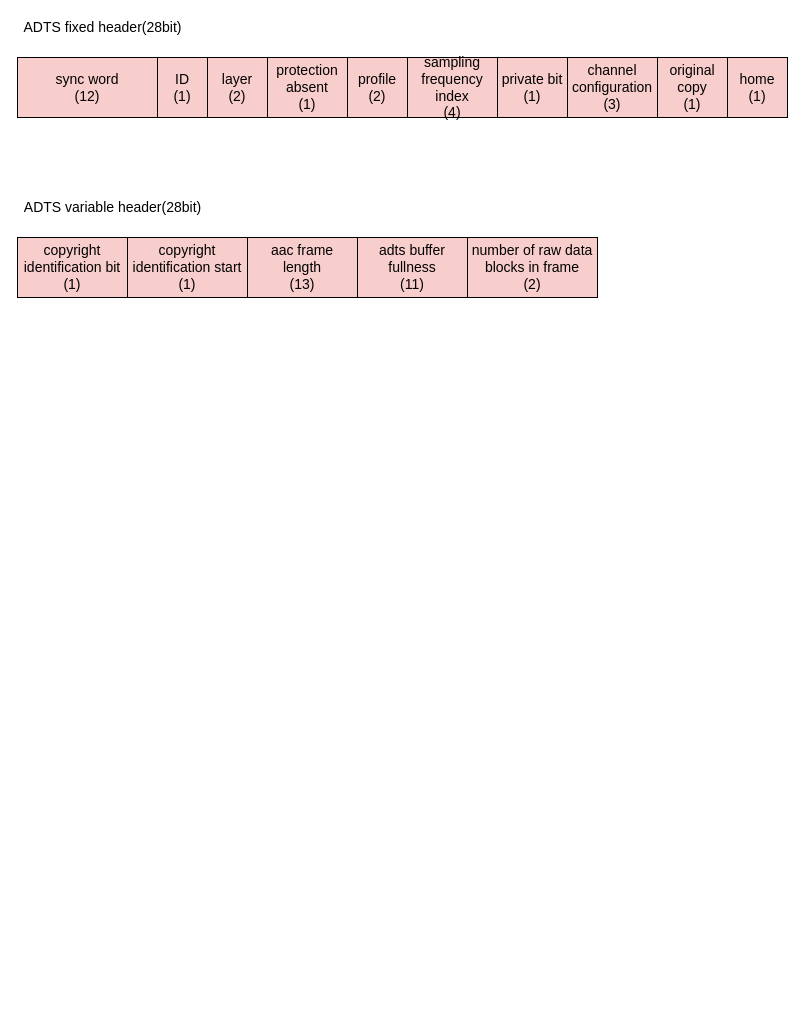
This is drawSomething_2.drawio from Ritchie-Lin/items, a draw.io file, before an edit. Source tidied: cells renumbered, new cells numbered last; positions are measured from the earlier drawing's top-left corner, leaving out a move shared by most shapes. Both pictures are drawn from the tidied source at 100%, with x=0, y=0 at pixel (17, 17).
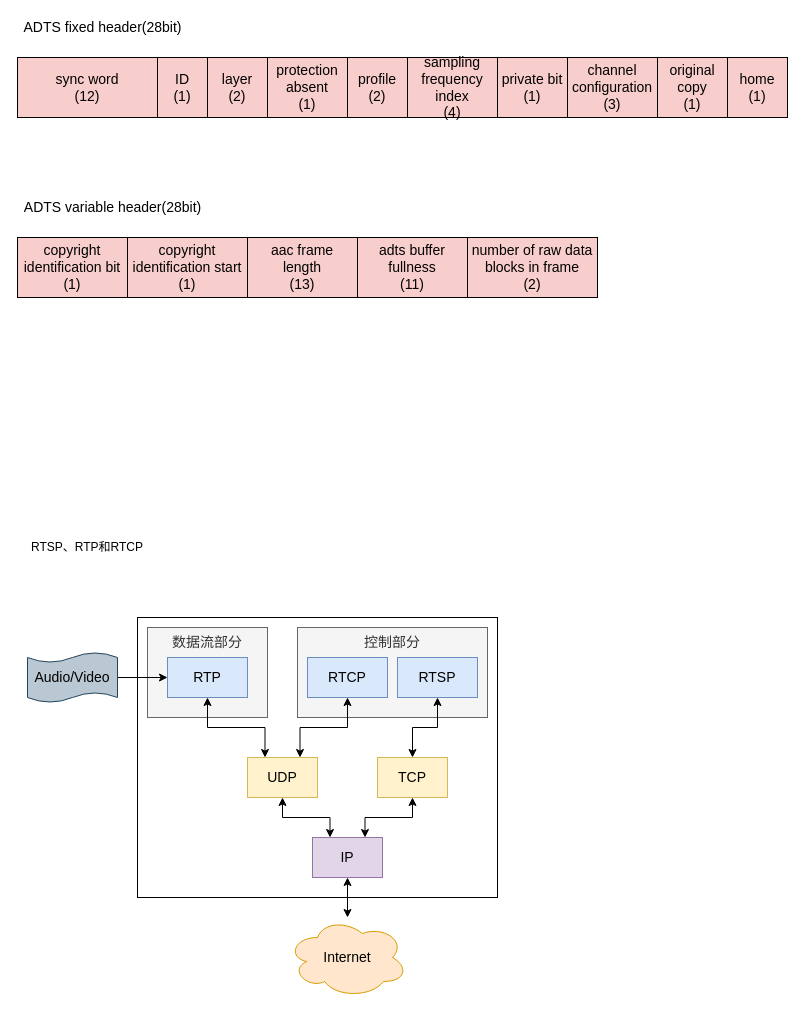
The same diagram, later.

The edit, as a diff of the source:
```diff
@@
+    <mxCell id="19" style="rounded=0;whiteSpace=wrap;html=1;" parent="1" vertex="1">
+      <mxGeometry x="120" y="600" width="360" height="280" as="geometry" />
+    </mxCell>
+    <mxCell id="20" value="&lt;span style=&quot;font-size: 14px&quot;&gt;数据流部分&lt;/span&gt;" style="rounded=0;whiteSpace=wrap;html=1;horizontal=1;verticalAlign=top;align=center;fillColor=#f5f5f5;strokeColor=#666666;fontColor=#333333;" parent="1" vertex="1">
+      <mxGeometry x="130" y="610" width="120" height="90" as="geometry" />
+    </mxCell>
@@
+    <mxCell id="21" value="RTSP、RTP和RTCP" style="text;html=1;strokeColor=none;fillColor=none;align=center;verticalAlign=middle;whiteSpace=wrap;rounded=0;" parent="1" vertex="1">
+      <mxGeometry y="520" width="140" height="20" as="geometry" />
+    </mxCell>
+    <mxCell id="22" style="edgeStyle=orthogonalEdgeStyle;rounded=0;jettySize=auto;html=1;exitX=0.5;exitY=1;exitDx=0;exitDy=0;entryX=0.25;entryY=0;entryDx=0;entryDy=0;startArrow=classic;startFill=1;" parent="1" edge="1" source="23" target="30">
+      <mxGeometry relative="1" as="geometry" />
+    </mxCell>
+    <mxCell id="23" value="&lt;font style=&quot;font-size: 14px&quot;&gt;RTP&lt;/font&gt;" style="rounded=0;whiteSpace=wrap;html=1;fillColor=#dae8fc;strokeColor=#6c8ebf;" parent="1" vertex="1">
+      <mxGeometry x="150" y="640" width="80" height="40" as="geometry" />
+    </mxCell>
+    <mxCell id="24" value="&lt;span style=&quot;font-size: 14px&quot;&gt;控制部分&lt;/span&gt;" style="rounded=0;whiteSpace=wrap;html=1;horizontal=1;verticalAlign=top;align=center;fillColor=#f5f5f5;strokeColor=#666666;fontColor=#333333;" parent="1" vertex="1">
+      <mxGeometry x="280" y="610" width="190" height="90" as="geometry" />
+    </mxCell>
+    <mxCell id="25" style="edgeStyle=orthogonalEdgeStyle;rounded=0;jettySize=auto;html=1;exitX=0.5;exitY=1;exitDx=0;exitDy=0;entryX=0.75;entryY=0;entryDx=0;entryDy=0;startArrow=classic;startFill=1;" parent="1" edge="1" source="26" target="30">
+      <mxGeometry relative="1" as="geometry" />
+    </mxCell>
+    <mxCell id="26" value="&lt;font style=&quot;font-size: 14px&quot;&gt;RTCP&lt;/font&gt;" style="rounded=0;whiteSpace=wrap;html=1;fillColor=#dae8fc;strokeColor=#6c8ebf;" parent="1" vertex="1">
+      <mxGeometry x="290" y="640" width="80" height="40" as="geometry" />
+    </mxCell>
+    <mxCell id="27" style="edgeStyle=orthogonalEdgeStyle;rounded=0;jettySize=auto;html=1;exitX=0.5;exitY=1;exitDx=0;exitDy=0;entryX=0.5;entryY=0;entryDx=0;entryDy=0;startArrow=classic;startFill=1;" parent="1" edge="1" source="28" target="32">
+      <mxGeometry relative="1" as="geometry" />
+    </mxCell>
+    <mxCell id="28" value="&lt;font style=&quot;font-size: 14px&quot;&gt;RTSP&lt;/font&gt;" style="rounded=0;whiteSpace=wrap;html=1;fillColor=#dae8fc;strokeColor=#6c8ebf;" parent="1" vertex="1">
+      <mxGeometry x="380" y="640" width="80" height="40" as="geometry" />
+    </mxCell>
+    <mxCell id="29" style="edgeStyle=orthogonalEdgeStyle;rounded=0;jettySize=auto;html=1;exitX=0.5;exitY=1;exitDx=0;exitDy=0;entryX=0.25;entryY=0;entryDx=0;entryDy=0;startArrow=classic;startFill=1;" parent="1" edge="1" source="30" target="34">
+      <mxGeometry relative="1" as="geometry" />
+    </mxCell>
+    <mxCell id="30" value="&lt;span style=&quot;font-size: 14px&quot;&gt;UDP&lt;/span&gt;" style="rounded=0;whiteSpace=wrap;html=1;fillColor=#fff2cc;strokeColor=#d6b656;" parent="1" vertex="1">
+      <mxGeometry x="230" y="740" width="70" height="40" as="geometry" />
+    </mxCell>
+    <mxCell id="31" style="edgeStyle=orthogonalEdgeStyle;rounded=0;jettySize=auto;html=1;entryX=0.75;entryY=0;entryDx=0;entryDy=0;startArrow=classic;startFill=1;" parent="1" edge="1" source="32" target="34">
+      <mxGeometry relative="1" as="geometry" />
+    </mxCell>
+    <mxCell id="32" value="&lt;span style=&quot;font-size: 14px&quot;&gt;TCP&lt;br&gt;&lt;/span&gt;" style="rounded=0;whiteSpace=wrap;html=1;fillColor=#fff2cc;strokeColor=#d6b656;" parent="1" vertex="1">
+      <mxGeometry x="360" y="740" width="70" height="40" as="geometry" />
+    </mxCell>
+    <mxCell id="33" style="edgeStyle=orthogonalEdgeStyle;rounded=0;jettySize=auto;html=1;exitX=0.5;exitY=1;exitDx=0;exitDy=0;startArrow=classic;startFill=1;" parent="1" edge="1" source="34" target="35">
+      <mxGeometry relative="1" as="geometry" />
+    </mxCell>
+    <mxCell id="34" value="&lt;span style=&quot;font-size: 14px&quot;&gt;IP&lt;/span&gt;" style="rounded=0;whiteSpace=wrap;html=1;fillColor=#e1d5e7;strokeColor=#9673a6;" parent="1" vertex="1">
+      <mxGeometry x="295" y="820" width="70" height="40" as="geometry" />
+    </mxCell>
+    <mxCell id="35" value="&lt;font style=&quot;font-size: 14px&quot;&gt;Internet&lt;/font&gt;" style="ellipse;shape=cloud;whiteSpace=wrap;html=1;align=center;fillColor=#ffe6cc;strokeColor=#d79b00;" parent="1" vertex="1">
+      <mxGeometry x="270" y="900" width="120" height="80" as="geometry" />
+    </mxCell>
+    <mxCell id="36" style="edgeStyle=orthogonalEdgeStyle;rounded=0;jettySize=auto;html=1;entryX=0;entryY=0.5;entryDx=0;entryDy=0;startArrow=none;startFill=0;endArrow=classic;endFill=1;fontSize=14;" parent="1" edge="1" source="37" target="23">
+      <mxGeometry relative="1" as="geometry" />
+    </mxCell>
+    <mxCell id="37" value="&lt;font style=&quot;font-size: 14px&quot;&gt;Audio/Video&lt;/font&gt;" style="shape=tape;whiteSpace=wrap;html=1;align=center;size=0.2;fillColor=#bac8d3;strokeColor=#23445d;" parent="1" vertex="1">
+      <mxGeometry x="10" y="635" width="90" height="50" as="geometry" />
+    </mxCell>
```
